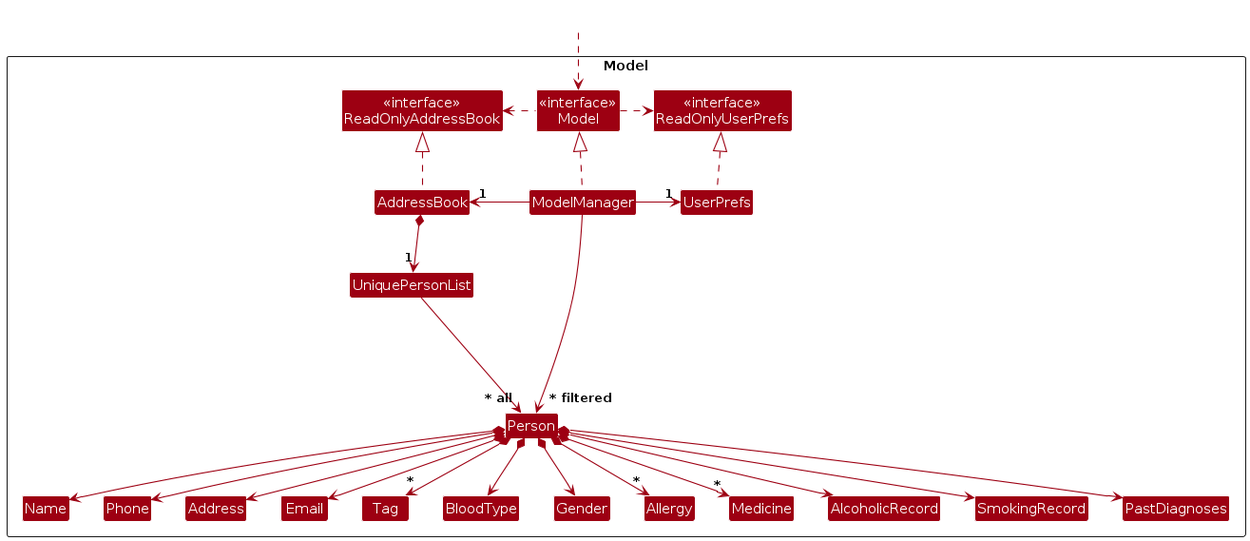
This is diagrams/ModelClassDiagram.png from w3njii/tp, a PlantUML export, as it was before one commit. Its source is kept beside it as diagrams/ModelClassDiagram.puml.
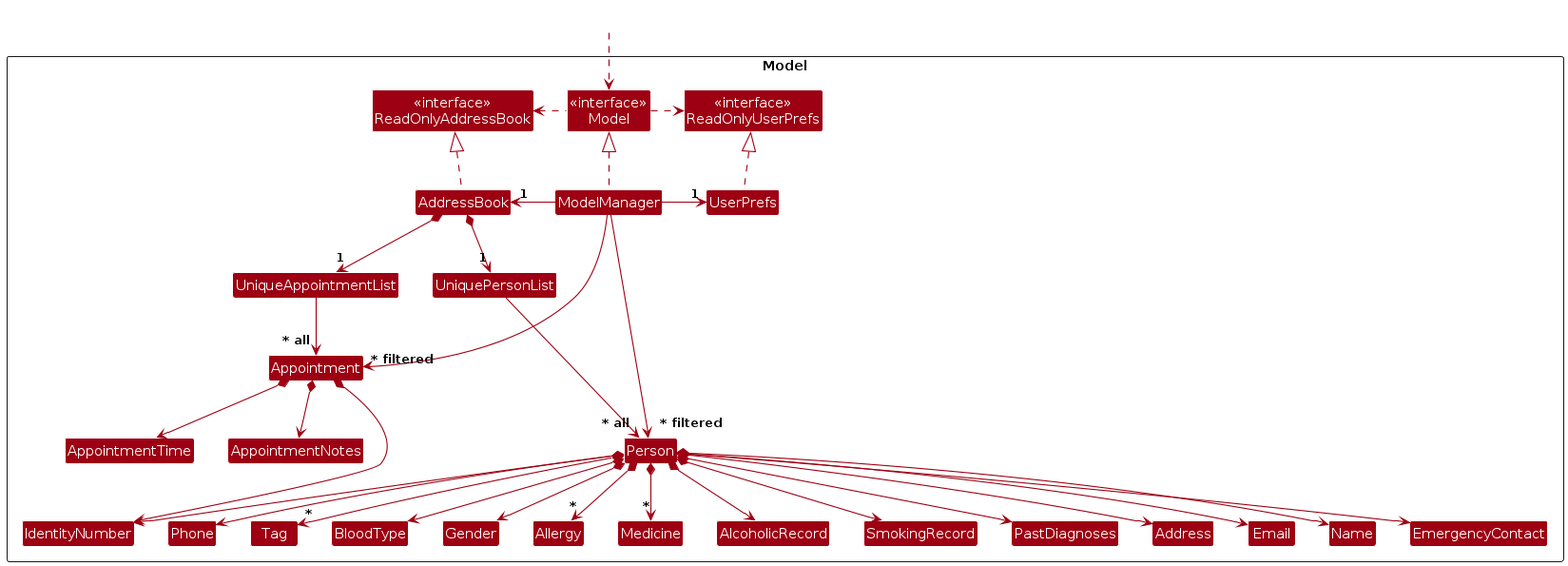
The same diagram one commit later.

The edit, as a diff of the source:
```diff
@@ -15,7 +15,9 @@
 Class UniquePersonList
 Class Person
 Class Address
+Class EmergencyContact
 Class Email
+Class IdentityNumber
 Class Name
 Class Phone
 Class Tag
@@ -26,6 +28,10 @@
 Class AlcoholicRecord
 Class SmokingRecord
 Class PastDiagnoses
+Class UniqueAppointmentList
+Class Appointment
+Class AppointmentTime
+Class AppointmentNotes
 
 Class I #FFFFFF
 }
@@ -43,11 +49,15 @@
 UserPrefs .up.|> ReadOnlyUserPrefs
 
 AddressBook *--> "1" UniquePersonList
+AddressBook *--> "1" UniqueAppointmentList
 UniquePersonList --> "~* all" Person
+UniqueAppointmentList --> "~* all" Appointment
 Person *--> Name
+Person *--> IdentityNumber
 Person *--> Phone
 Person *--> Email
 Person *--> Address
+Person *--> EmergencyContact
 Person *--> "*" Tag
 Person *--> BloodType
 Person *--> Gender
@@ -57,6 +67,9 @@
 Person *--> SmokingRecord
 Person *--> PastDiagnoses
 
+Appointment *--> AppointmentTime
+Appointment *--> AppointmentNotes
+Appointment *--> IdentityNumber
 Person -[hidden]up--> I
 UniquePersonList -[hidden]right-> I
 
@@ -65,4 +78,5 @@
 Address -[hidden]right-> Email
 
 ModelManager --> "~* filtered" Person
+ModelManager --> "~* filtered" Appointment
 @enduml
```
